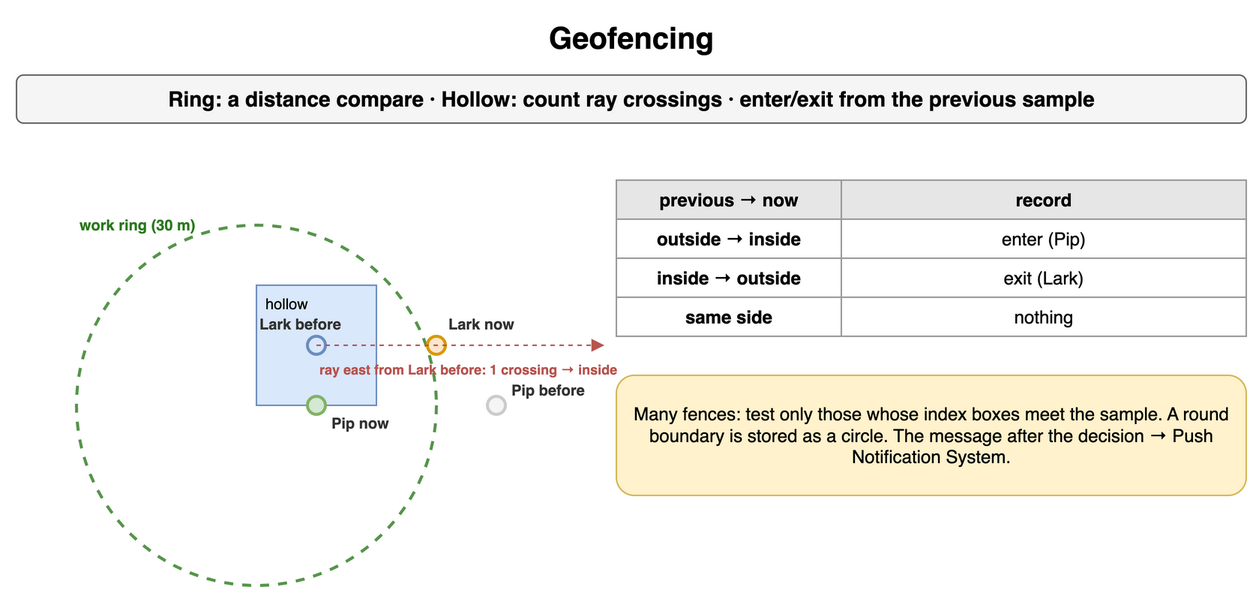
Earlier version of the draw.io export content/09_System_Design_Interview/20_Geospatial_and_Location_Based_Services/diagrams/geospatial-5-geofencing.png (amendez13/swe-study-guide). Source tidied: cells renumbered, new cells last; positions are measured from the earlier drawing's top-left corner, leaving out a move shared by most shapes.
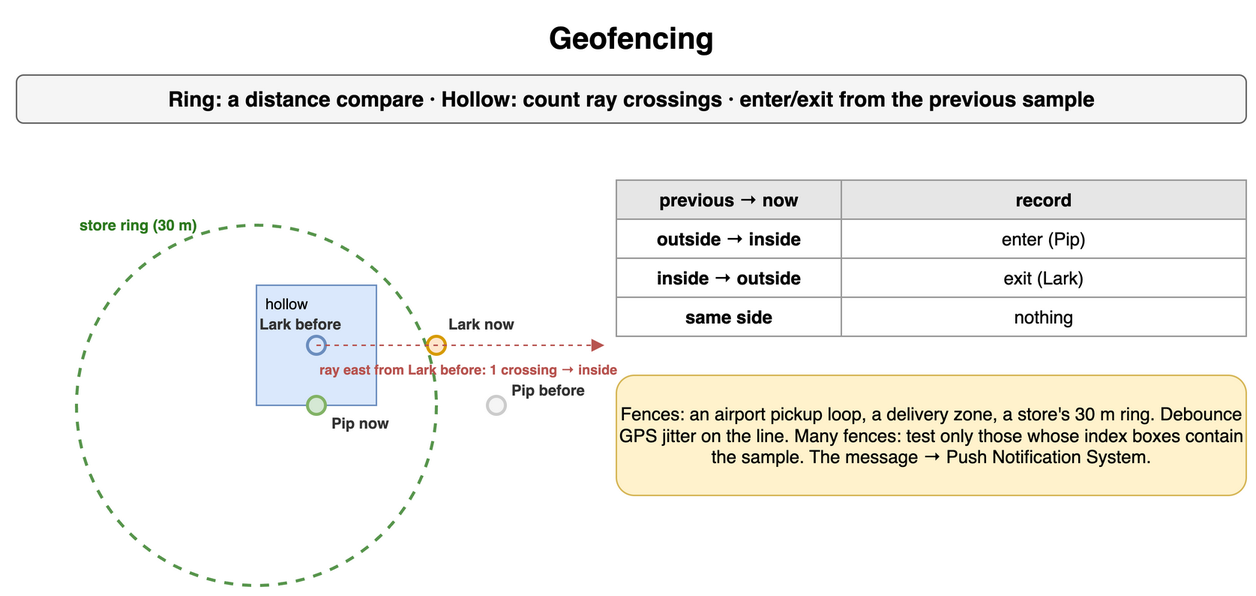
Above is the later version.

Commit message:
docs(sdi): align geospatial diagrams with the plain-language cards

Diff of the diagram source:
```diff
@@ -11,7 +11,7 @@
     <mxCell id="4" style="ellipse;fillColor=none;strokeColor=#2d7a1f;strokeWidth=2;dashed=1;opacity=80;" parent="1" vertex="1">
       <mxGeometry x="40" y="140" width="240" height="240" as="geometry" />
     </mxCell>
-    <mxCell id="5" value="work ring (30 m)" style="text;html=1;whiteSpace=wrap;fontSize=11;align=left;verticalAlign=middle;fontSize=10;fontColor=#2d7a1f;fontStyle=1;" parent="1" vertex="1">
+    <mxCell id="5" value="store ring (30 m)" style="text;html=1;whiteSpace=wrap;fontSize=11;align=left;verticalAlign=middle;fontSize=10;fontColor=#2d7a1f;fontStyle=1;" parent="1" vertex="1">
       <mxGeometry x="40" y="132" width="120" height="16" as="geometry" />
     </mxCell>
     <mxCell id="6" value="hollow" style="rounded=0;whiteSpace=wrap;html=1;fillColor=#dae8fc;strokeColor=#6c8ebf;fontSize=10;verticalAlign=top;align=left;spacingLeft=4;" parent="1" vertex="1">
@@ -74,7 +74,7 @@
     <mxCell id="24" value="nothing" style="whiteSpace=wrap;html=1;strokeColor=#999999;fontSize=12;fillColor=#ffffff;" parent="1" vertex="1">
       <mxGeometry x="550" y="188" width="270" height="26" as="geometry" />
     </mxCell>
-    <mxCell id="25" value="Many fences: test only those whose index boxes meet the sample. A round boundary is stored as a circle. The message after the decision → Push Notification System." style="rounded=1;whiteSpace=wrap;html=1;fillColor=#fff2cc;strokeColor=#d6b656;fontSize=12;align=center;" parent="1" vertex="1">
+    <mxCell id="25" value="Fences: an airport pickup loop, a delivery zone, a store's 30 m ring. Debounce GPS jitter on the line. Many fences: test only those whose index boxes contain the sample. The message → Push Notification System." style="rounded=1;whiteSpace=wrap;html=1;fillColor=#fff2cc;strokeColor=#d6b656;fontSize=12;align=center;" parent="1" vertex="1">
       <mxGeometry x="400" y="240" width="420" height="80" as="geometry" />
     </mxCell>
   </root>
```
